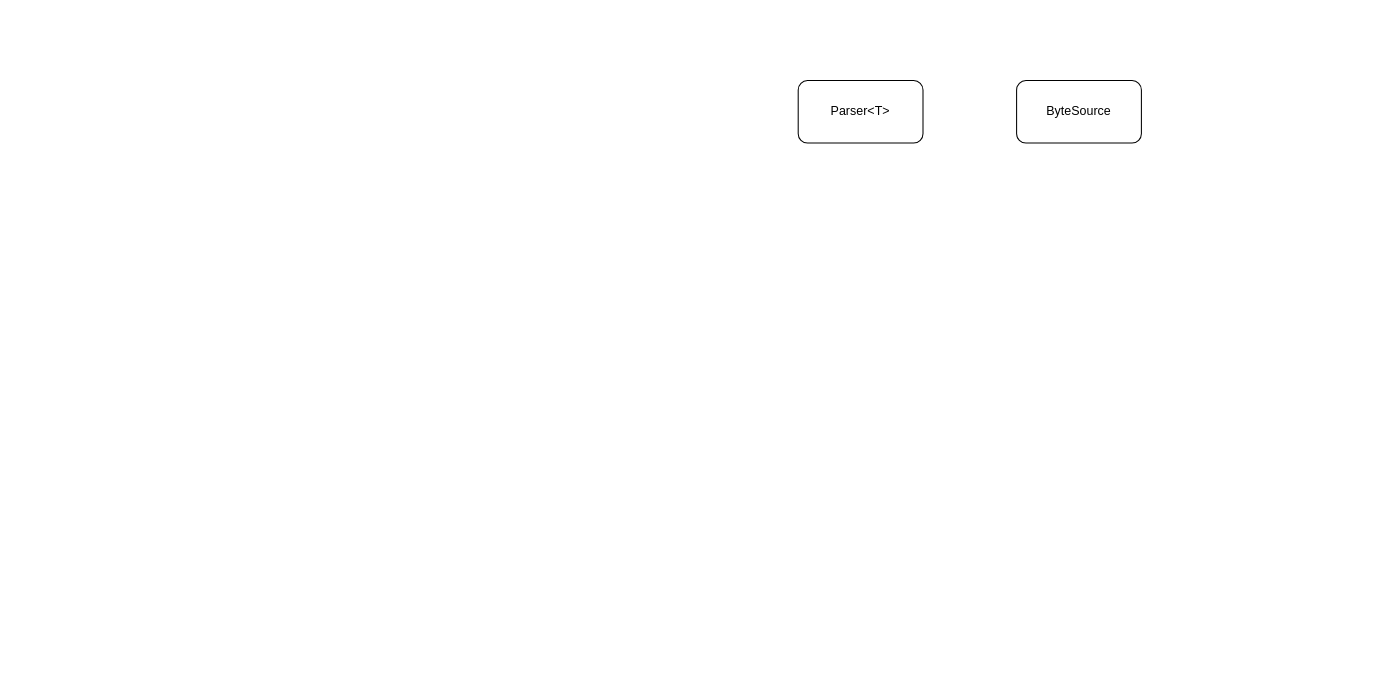
Earlier version of the draw.io diagram chipmunk_plugins.drawio (DmitryAstafyev/chipmunk3_roadmap). Source tidied: cells renumbered, new cells numbered last; positions are measured from the earlier drawing's top-left corner, leaving out a move shared by most shapes. Both pictures are drawn from the tidied source at 104%, with x=0, y=0 at pixel (798, 80).
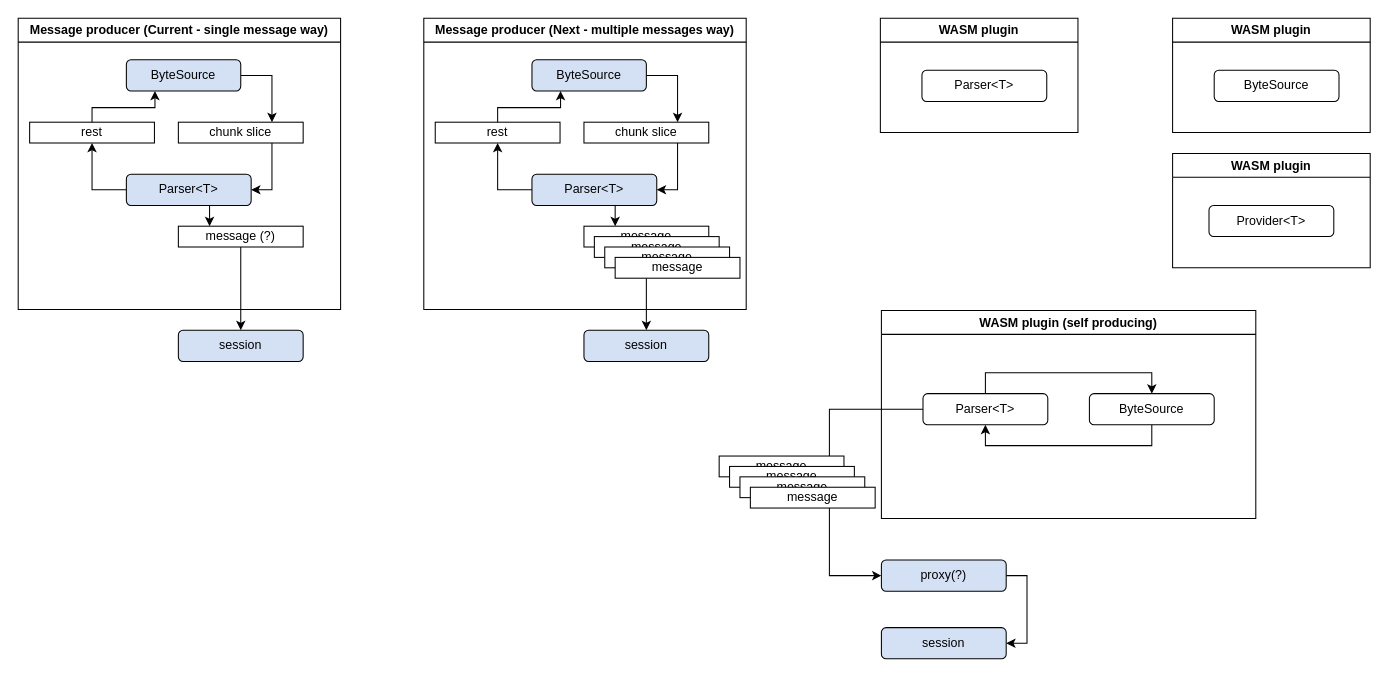
The same diagram, later.

Change to the diagram source:
```diff
@@
+    <mxCell id="4" value="Message producer (Current - single message way)" style="swimlane;whiteSpace=wrap;html=1;" parent="1" vertex="1">
+      <mxGeometry x="-750" y="-60" width="310" height="280" as="geometry" />
+    </mxCell>
+    <mxCell id="5" style="edgeStyle=orthogonalEdgeStyle;rounded=0;jettySize=auto;html=1;exitX=1;exitY=0.5;exitDx=0;exitDy=0;entryX=0.75;entryY=0;entryDx=0;entryDy=0;" parent="4" edge="1" source="2" target="7">
+      <mxGeometry relative="1" as="geometry" />
+    </mxCell>
-    <mxCell id="2" value="ByteSource" style="rounded=1;whiteSpace=wrap;html=1;" parent="1" vertex="1">
-      <mxGeometry x="210" width="120" height="60" as="geometry" />
+    <mxCell id="2" value="ByteSource" style="rounded=1;whiteSpace=wrap;html=1;fillColor=#D4E1F5;" parent="4" vertex="1">
+      <mxGeometry x="104" y="40" width="110" height="30" as="geometry" />
     </mxCell>
+    <mxCell id="6" style="edgeStyle=orthogonalEdgeStyle;rounded=0;jettySize=auto;html=1;exitX=0.75;exitY=1;exitDx=0;exitDy=0;entryX=1;entryY=0.5;entryDx=0;entryDy=0;" parent="4" edge="1" source="7" target="3">
+      <mxGeometry relative="1" as="geometry" />
+    </mxCell>
+    <mxCell id="7" value="chunk slice" style="rounded=0;whiteSpace=wrap;html=1;" parent="4" vertex="1">
+      <mxGeometry x="154" y="100" width="120" height="20" as="geometry" />
+    </mxCell>
+    <mxCell id="8" style="edgeStyle=orthogonalEdgeStyle;rounded=0;jettySize=auto;html=1;exitX=0.75;exitY=1;exitDx=0;exitDy=0;entryX=0.25;entryY=0;entryDx=0;entryDy=0;" parent="4" edge="1" source="3" target="10">
+      <mxGeometry relative="1" as="geometry" />
+    </mxCell>
+    <mxCell id="9" style="edgeStyle=orthogonalEdgeStyle;rounded=0;jettySize=auto;html=1;exitX=0;exitY=0.5;exitDx=0;exitDy=0;" parent="4" edge="1" source="3" target="12">
+      <mxGeometry relative="1" as="geometry" />
+    </mxCell>
-    <mxCell id="3" value="Parser&amp;lt;T&amp;gt;" style="rounded=1;whiteSpace=wrap;html=1;" parent="1" vertex="1">
-      <mxGeometry width="120" height="60" as="geometry" />
+    <mxCell id="3" value="Parser&amp;lt;T&amp;gt;" style="rounded=1;whiteSpace=wrap;html=1;fillColor=#D4E1F5;" parent="4" vertex="1">
+      <mxGeometry x="104" y="150" width="120" height="30" as="geometry" />
     </mxCell>
+    <mxCell id="10" value="message (?)" style="rounded=0;whiteSpace=wrap;html=1;" parent="4" vertex="1">
+      <mxGeometry x="154" y="200" width="120" height="20" as="geometry" />
+    </mxCell>
+    <mxCell id="11" style="edgeStyle=orthogonalEdgeStyle;rounded=0;jettySize=auto;html=1;exitX=0.5;exitY=0;exitDx=0;exitDy=0;entryX=0.25;entryY=1;entryDx=0;entryDy=0;" parent="4" edge="1" target="2">
+      <mxGeometry relative="1" as="geometry">
+        <mxPoint x="71" y="106" as="sourcePoint" />
+        <Array as="points">
+          <mxPoint x="71" y="86" />
+          <mxPoint x="132" y="86" />
+        </Array>
+      </mxGeometry>
+    </mxCell>
+    <mxCell id="12" value="rest" style="rounded=0;whiteSpace=wrap;html=1;" parent="4" vertex="1">
+      <mxGeometry x="11" y="100" width="120" height="20" as="geometry" />
+    </mxCell>
+    <mxCell id="13" value="WASM plugin" style="swimlane;whiteSpace=wrap;html=1;" parent="1" vertex="1">
+      <mxGeometry x="79" y="-60" width="190" height="110" as="geometry" />
+    </mxCell>
+    <mxCell id="14" value="Parser&amp;lt;T&amp;gt;" style="rounded=1;whiteSpace=wrap;html=1;" parent="13" vertex="1">
+      <mxGeometry x="40" y="50" width="120" height="30" as="geometry" />
+    </mxCell>
+    <mxCell id="15" value="WASM plugin (self producing)" style="swimlane;whiteSpace=wrap;html=1;" parent="1" vertex="1">
+      <mxGeometry x="80" y="221" width="360" height="200" as="geometry" />
+    </mxCell>
+    <mxCell id="16" style="edgeStyle=orthogonalEdgeStyle;rounded=0;jettySize=auto;html=1;exitX=0.5;exitY=0;exitDx=0;exitDy=0;entryX=0.5;entryY=0;entryDx=0;entryDy=0;" parent="15" edge="1" source="17" target="19">
+      <mxGeometry relative="1" as="geometry" />
+    </mxCell>
+    <mxCell id="17" value="Parser&amp;lt;T&amp;gt;" style="rounded=1;whiteSpace=wrap;html=1;" parent="15" vertex="1">
+      <mxGeometry x="40" y="80" width="120" height="30" as="geometry" />
+    </mxCell>
+    <mxCell id="18" style="edgeStyle=orthogonalEdgeStyle;rounded=0;jettySize=auto;html=1;exitX=0.5;exitY=1;exitDx=0;exitDy=0;entryX=0.5;entryY=1;entryDx=0;entryDy=0;" parent="15" edge="1" source="19" target="17">
+      <mxGeometry relative="1" as="geometry" />
+    </mxCell>
+    <mxCell id="19" value="ByteSource" style="rounded=1;whiteSpace=wrap;html=1;" parent="15" vertex="1">
+      <mxGeometry x="200" y="80" width="120" height="30" as="geometry" />
+    </mxCell>
+    <mxCell id="20" style="edgeStyle=orthogonalEdgeStyle;rounded=0;jettySize=auto;html=1;exitX=0.5;exitY=1;exitDx=0;exitDy=0;entryX=0.5;entryY=0;entryDx=0;entryDy=0;" parent="1" edge="1" source="10" target="37">
+      <mxGeometry relative="1" as="geometry" />
+    </mxCell>
+    <mxCell id="21" value="Message producer (Next - multiple messages way)" style="swimlane;whiteSpace=wrap;html=1;" parent="1" vertex="1">
+      <mxGeometry x="-360" y="-60" width="310" height="280" as="geometry" />
+    </mxCell>
+    <mxCell id="22" style="edgeStyle=orthogonalEdgeStyle;rounded=0;jettySize=auto;html=1;exitX=1;exitY=0.5;exitDx=0;exitDy=0;entryX=0.75;entryY=0;entryDx=0;entryDy=0;" parent="21" edge="1" source="23" target="25">
+      <mxGeometry relative="1" as="geometry" />
+    </mxCell>
+    <mxCell id="23" value="ByteSource" style="rounded=1;whiteSpace=wrap;html=1;fillColor=#D4E1F5;" parent="21" vertex="1">
+      <mxGeometry x="104" y="40" width="110" height="30" as="geometry" />
+    </mxCell>
+    <mxCell id="24" style="edgeStyle=orthogonalEdgeStyle;rounded=0;jettySize=auto;html=1;exitX=0.75;exitY=1;exitDx=0;exitDy=0;entryX=1;entryY=0.5;entryDx=0;entryDy=0;" parent="21" edge="1" source="25" target="28">
+      <mxGeometry relative="1" as="geometry" />
+    </mxCell>
+    <mxCell id="25" value="chunk slice" style="rounded=0;whiteSpace=wrap;html=1;" parent="21" vertex="1">
+      <mxGeometry x="154" y="100" width="120" height="20" as="geometry" />
+    </mxCell>
+    <mxCell id="26" style="edgeStyle=orthogonalEdgeStyle;rounded=0;jettySize=auto;html=1;exitX=0.75;exitY=1;exitDx=0;exitDy=0;entryX=0.25;entryY=0;entryDx=0;entryDy=0;" parent="21" edge="1" source="28" target="29">
+      <mxGeometry relative="1" as="geometry" />
+    </mxCell>
+    <mxCell id="27" style="edgeStyle=orthogonalEdgeStyle;rounded=0;jettySize=auto;html=1;exitX=0;exitY=0.5;exitDx=0;exitDy=0;" parent="21" edge="1" source="28" target="31">
+      <mxGeometry relative="1" as="geometry" />
+    </mxCell>
+    <mxCell id="28" value="Parser&amp;lt;T&amp;gt;" style="rounded=1;whiteSpace=wrap;html=1;fillColor=#D4E1F5;" parent="21" vertex="1">
+      <mxGeometry x="104" y="150" width="120" height="30" as="geometry" />
+    </mxCell>
+    <mxCell id="29" value="message" style="rounded=0;whiteSpace=wrap;html=1;" parent="21" vertex="1">
+      <mxGeometry x="154" y="200" width="120" height="20" as="geometry" />
+    </mxCell>
+    <mxCell id="30" style="edgeStyle=orthogonalEdgeStyle;rounded=0;jettySize=auto;html=1;exitX=0.5;exitY=0;exitDx=0;exitDy=0;entryX=0.25;entryY=1;entryDx=0;entryDy=0;" parent="21" edge="1" target="23">
+      <mxGeometry relative="1" as="geometry">
+        <mxPoint x="71" y="106" as="sourcePoint" />
+        <Array as="points">
+          <mxPoint x="71" y="86" />
+          <mxPoint x="132" y="86" />
+        </Array>
+      </mxGeometry>
+    </mxCell>
+    <mxCell id="31" value="rest" style="rounded=0;whiteSpace=wrap;html=1;" parent="21" vertex="1">
+      <mxGeometry x="11" y="100" width="120" height="20" as="geometry" />
+    </mxCell>
+    <mxCell id="32" value="message" style="rounded=0;whiteSpace=wrap;html=1;" parent="1" vertex="1">
+      <mxGeometry x="-196" y="150" width="120" height="20" as="geometry" />
+    </mxCell>
+    <mxCell id="33" value="message" style="rounded=0;whiteSpace=wrap;html=1;" parent="1" vertex="1">
+      <mxGeometry x="-186" y="160" width="120" height="20" as="geometry" />
+    </mxCell>
+    <mxCell id="34" style="edgeStyle=orthogonalEdgeStyle;rounded=0;jettySize=auto;html=1;exitX=0.25;exitY=1;exitDx=0;exitDy=0;entryX=0.5;entryY=0;entryDx=0;entryDy=0;" parent="1" edge="1" source="35" target="36">
+      <mxGeometry relative="1" as="geometry" />
+    </mxCell>
+    <mxCell id="35" value="message" style="rounded=0;whiteSpace=wrap;html=1;" parent="1" vertex="1">
+      <mxGeometry x="-176" y="170" width="120" height="20" as="geometry" />
+    </mxCell>
+    <mxCell id="36" value="session" style="rounded=1;whiteSpace=wrap;html=1;fillColor=#D4E1F5;" parent="1" vertex="1">
+      <mxGeometry x="-206" y="240" width="120" height="30" as="geometry" />
+    </mxCell>
+    <mxCell id="37" value="session" style="rounded=1;whiteSpace=wrap;html=1;fillColor=#D4E1F5;" parent="1" vertex="1">
+      <mxGeometry x="-596" y="240" width="120" height="30" as="geometry" />
+    </mxCell>
+    <mxCell id="38" value="session" style="rounded=1;whiteSpace=wrap;html=1;fillColor=#D4E1F5;" parent="1" vertex="1">
+      <mxGeometry x="80" y="526" width="120" height="30" as="geometry" />
+    </mxCell>
+    <mxCell id="39" style="edgeStyle=orthogonalEdgeStyle;rounded=0;jettySize=auto;html=1;exitX=1;exitY=0.5;exitDx=0;exitDy=0;entryX=1;entryY=0.5;entryDx=0;entryDy=0;" parent="1" edge="1" source="40" target="38">
+      <mxGeometry relative="1" as="geometry" />
+    </mxCell>
+    <mxCell id="40" value="proxy(?)" style="rounded=1;whiteSpace=wrap;html=1;fillColor=#D4E1F5;" parent="1" vertex="1">
+      <mxGeometry x="80" y="461" width="120" height="30" as="geometry" />
+    </mxCell>
+    <mxCell id="41" style="edgeStyle=orthogonalEdgeStyle;rounded=0;jettySize=auto;html=1;exitX=0;exitY=0.5;exitDx=0;exitDy=0;entryX=0;entryY=0.5;entryDx=0;entryDy=0;" parent="1" edge="1" source="17" target="40">
+      <mxGeometry relative="1" as="geometry">
+        <Array as="points">
+          <mxPoint x="30" y="316" />
+          <mxPoint x="30" y="476" />
+        </Array>
+      </mxGeometry>
+    </mxCell>
+    <mxCell id="42" value="message" style="rounded=0;whiteSpace=wrap;html=1;" parent="1" vertex="1">
+      <mxGeometry x="-76" y="361" width="120" height="20" as="geometry" />
+    </mxCell>
+    <mxCell id="43" value="message" style="rounded=0;whiteSpace=wrap;html=1;" parent="1" vertex="1">
+      <mxGeometry x="-66" y="371" width="120" height="20" as="geometry" />
+    </mxCell>
+    <mxCell id="44" value="message" style="rounded=0;whiteSpace=wrap;html=1;" parent="1" vertex="1">
+      <mxGeometry x="-56" y="381" width="120" height="20" as="geometry" />
+    </mxCell>
+    <mxCell id="45" value="message" style="rounded=0;whiteSpace=wrap;html=1;" parent="1" vertex="1">
+      <mxGeometry x="-46" y="391" width="120" height="20" as="geometry" />
+    </mxCell>
+    <mxCell id="46" value="WASM plugin" style="swimlane;whiteSpace=wrap;html=1;" parent="1" vertex="1">
+      <mxGeometry x="360" y="-60" width="190" height="110" as="geometry" />
+    </mxCell>
+    <mxCell id="47" value="ByteSource" style="rounded=1;whiteSpace=wrap;html=1;" parent="46" vertex="1">
+      <mxGeometry x="40" y="50" width="120" height="30" as="geometry" />
+    </mxCell>
+    <mxCell id="48" value="WASM plugin" style="swimlane;whiteSpace=wrap;html=1;" parent="1" vertex="1">
+      <mxGeometry x="360" y="70" width="190" height="110" as="geometry" />
+    </mxCell>
+    <mxCell id="49" value="Provider&amp;lt;T&amp;gt;" style="rounded=1;whiteSpace=wrap;html=1;" parent="48" vertex="1">
+      <mxGeometry x="35" y="50" width="120" height="30" as="geometry" />
+    </mxCell>
```
